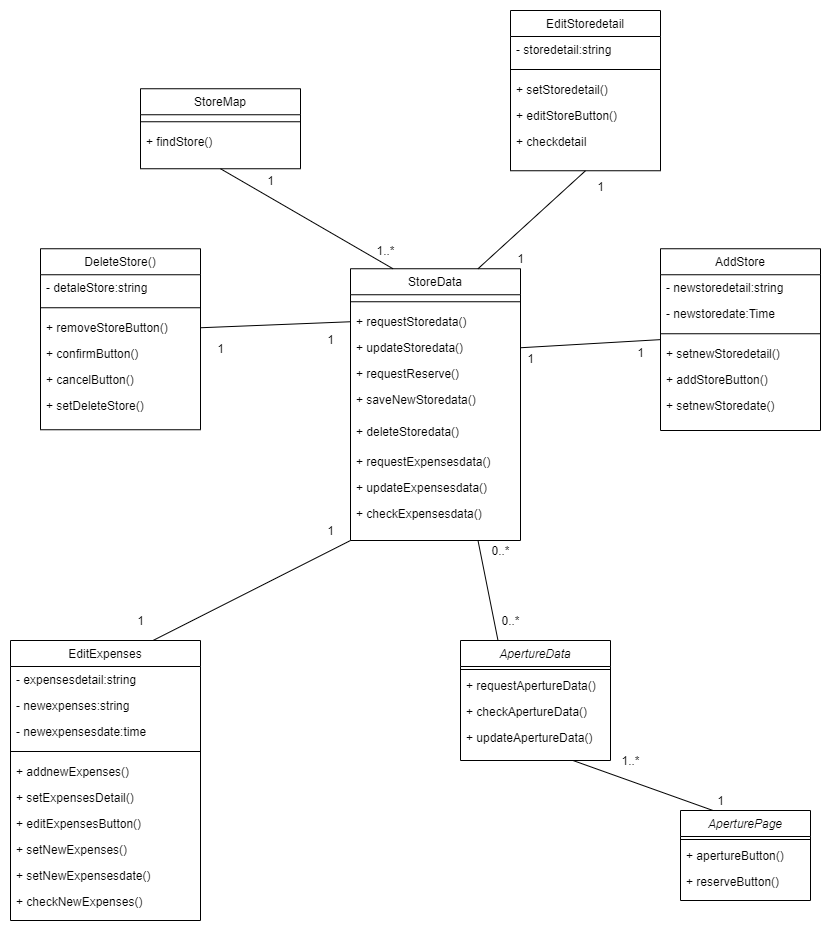
looksocii/DB_Store keeps this draw.io diagram as Rew/Class-diagram.png. Above is the earlier version. Source tidied: cells renumbered, new cells last; positions are measured from the earlier drawing's top-left corner, leaving out a move shared by most shapes.
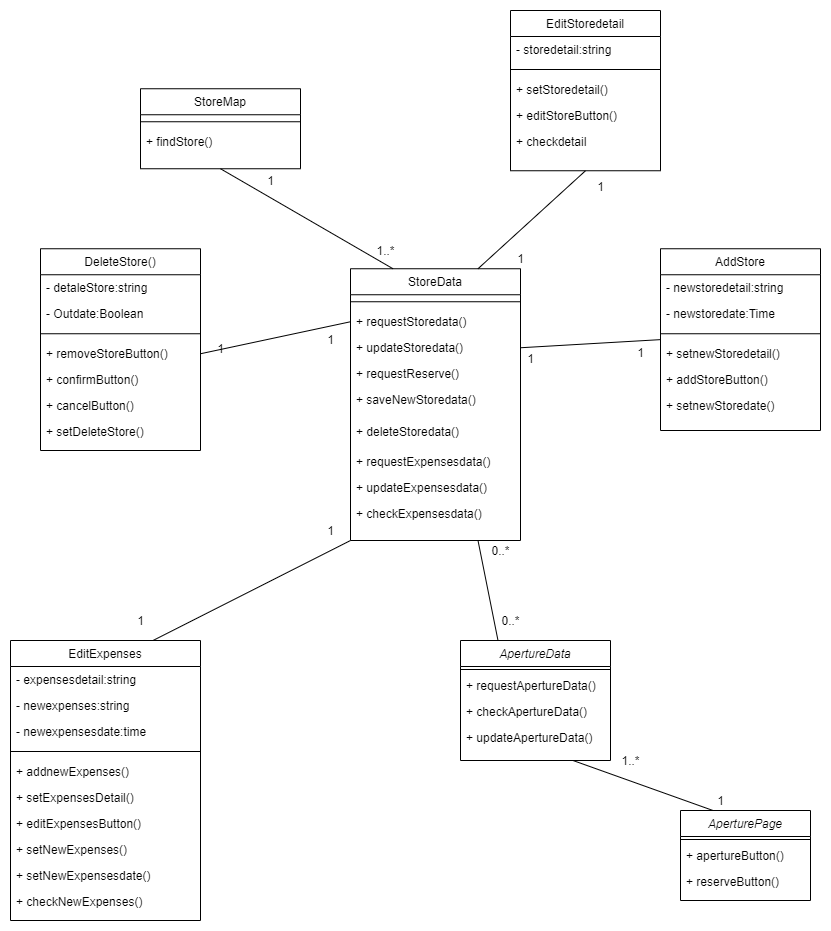
The same diagram one commit later.

Change to the diagram source:
```diff
@@ -141,25 +141,28 @@
       <mxGeometry x="620" y="332.2" width="20" height="20" as="geometry" />
     </mxCell>
     <mxCell id="48" value="DeleteStore()" style="swimlane;fontStyle=0;align=center;verticalAlign=top;horizontal=1;startSize=26;rounded=0;shadow=0;strokeWidth=1;" parent="1" vertex="1">
-      <mxGeometry x="30" y="238.2" width="160" height="181" as="geometry" />
+      <mxGeometry x="30" y="238.2" width="160" height="201.8" as="geometry" />
     </mxCell>
     <mxCell id="49" value="- detaleStore:string" style="text;align=left;verticalAlign=top;spacingLeft=4;spacingRight=4;overflow=hidden;" parent="48" vertex="1">
       <mxGeometry y="26" width="160" height="26" as="geometry" />
     </mxCell>
+    <mxCell id="76" value="- Outdate:Boolean" style="text;align=left;verticalAlign=top;spacingLeft=4;spacingRight=4;overflow=hidden;" parent="48" vertex="1">
+      <mxGeometry y="52" width="160" height="26" as="geometry" />
+    </mxCell>
     <mxCell id="50" style="line;html=1;strokeWidth=1;align=left;verticalAlign=middle;spacingTop=-1;spacingLeft=3;spacingRight=3;labelPosition=right;" parent="48" vertex="1">
-      <mxGeometry y="52" width="160" height="14" as="geometry" />
+      <mxGeometry y="78" width="160" height="14" as="geometry" />
     </mxCell>
     <mxCell id="51" value="+ removeStoreButton()" style="text;align=left;verticalAlign=top;spacingLeft=4;spacingRight=4;overflow=hidden;points=[[0,0.5],[1,0.5]];portConstraint=eastwest;" parent="48" vertex="1">
-      <mxGeometry y="66" width="160" height="26" as="geometry" />
+      <mxGeometry y="92" width="160" height="26" as="geometry" />
     </mxCell>
     <mxCell id="52" value="+ confirmButton()" style="text;align=left;verticalAlign=top;spacingLeft=4;spacingRight=4;overflow=hidden;" parent="48" vertex="1">
-      <mxGeometry y="92" width="160" height="26" as="geometry" />
+      <mxGeometry y="118" width="160" height="26" as="geometry" />
     </mxCell>
     <mxCell id="53" value="+ cancelButton()" style="text;align=left;verticalAlign=top;spacingLeft=4;spacingRight=4;overflow=hidden;" parent="48" vertex="1">
-      <mxGeometry y="118" width="160" height="26" as="geometry" />
+      <mxGeometry y="144" width="160" height="26" as="geometry" />
     </mxCell>
     <mxCell id="54" value="+ setDeleteStore()" style="text;align=left;verticalAlign=top;spacingLeft=4;spacingRight=4;overflow=hidden;" parent="48" vertex="1">
-      <mxGeometry y="144" width="160" height="26" as="geometry" />
+      <mxGeometry y="170" width="160" height="30" as="geometry" />
     </mxCell>
     <mxCell id="55" style="endArrow=none;html=1;entryX=1;entryY=0.5;entryDx=0;entryDy=0;exitX=0;exitY=0.5;exitDx=0;exitDy=0;" parent="1" edge="1" source="18" target="51">
       <mxGeometry relative="1" as="geometry" />
```
